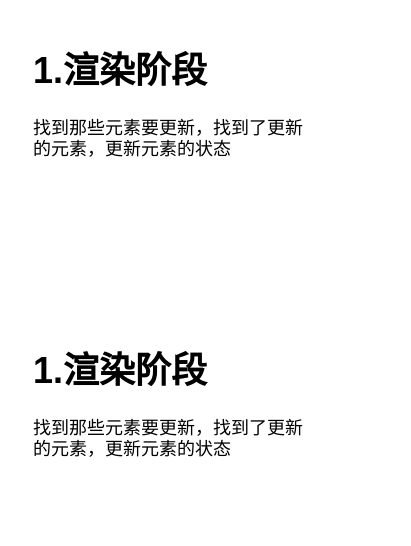
The draw.io diagram React/两大阶段/index.drawio in YoungMandy/Web-Front, before the edit. Source tidied: cells renumbered, new cells numbered last; positions are measured from the earlier drawing's top-left corner, leaving out a move shared by most shapes. Both pictures are drawn from the tidied source at 150%, with x=0, y=0 at pixel (26, 40).
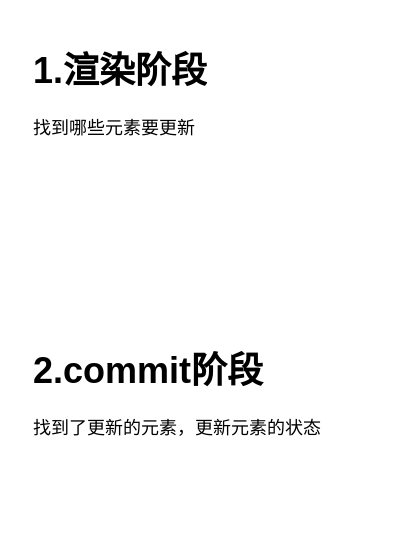
The same diagram, later.

Change to the diagram source:
```diff
@@
 <mxGraphModel>
   <root>
     <mxCell id="0" />
     <mxCell id="1" parent="0" />
-    <mxCell id="2" value="&lt;h1&gt;1.渲染阶段&lt;/h1&gt;&lt;p&gt;找到那些元素要更新，找到了更新的元素，更新元素的状态&lt;/p&gt;" style="text;html=1;strokeColor=none;fillColor=none;spacing=5;spacingTop=-20;whiteSpace=wrap;overflow=hidden;rounded=0;" parent="1" vertex="1">
+    <mxCell id="2" value="&lt;h1&gt;1.渲染阶段&lt;/h1&gt;&lt;p&gt;找到哪些元素要更新&lt;/p&gt;" style="text;html=1;strokeColor=none;fillColor=none;spacing=5;spacingTop=-20;whiteSpace=wrap;overflow=hidden;rounded=0;" parent="1" vertex="1">
       <mxGeometry width="190" height="120" as="geometry" />
     </mxCell>
-    <mxCell id="3" value="&lt;h1&gt;1.渲染阶段&lt;/h1&gt;&lt;p&gt;找到那些元素要更新，找到了更新的元素，更新元素的状态&lt;/p&gt;" style="text;html=1;strokeColor=none;fillColor=none;spacing=5;spacingTop=-20;whiteSpace=wrap;overflow=hidden;rounded=0;" parent="1" vertex="1">
-      <mxGeometry y="200" width="190" height="120" as="geometry" />
+    <mxCell id="3" value="&lt;h1&gt;2.commit阶段&lt;/h1&gt;&lt;p&gt;找到了更新的元素，更新元素的状态&lt;/p&gt;" style="text;html=1;strokeColor=none;fillColor=none;spacing=5;spacingTop=-20;whiteSpace=wrap;overflow=hidden;rounded=0;" parent="1" vertex="1">
+      <mxGeometry y="200" width="240" height="110" as="geometry" />
     </mxCell>
   </root>
 </mxGraphModel>
```
